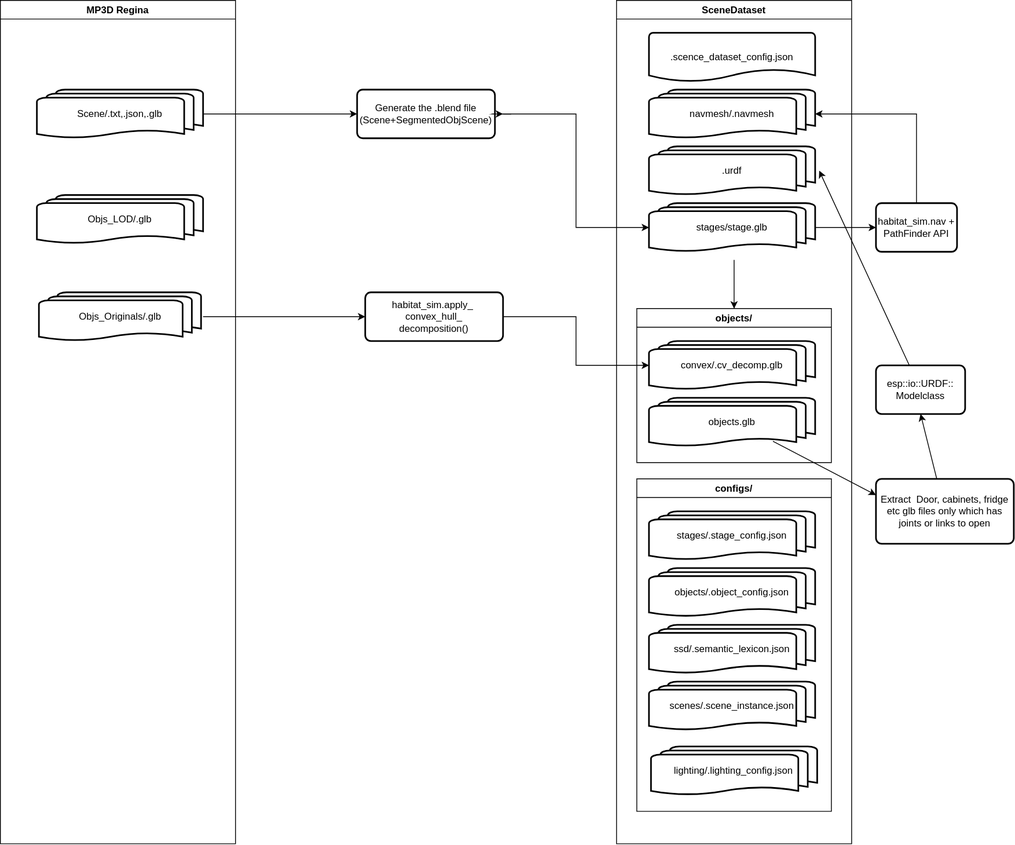
Before: MP3D.drawio-3.svg, a diagram exported from draw.io (ZacksAmber/habitat-pipeline). Source tidied: cells renumbered, new cells last; positions are measured from the earlier drawing's top-left corner, leaving out a move shared by most shapes.
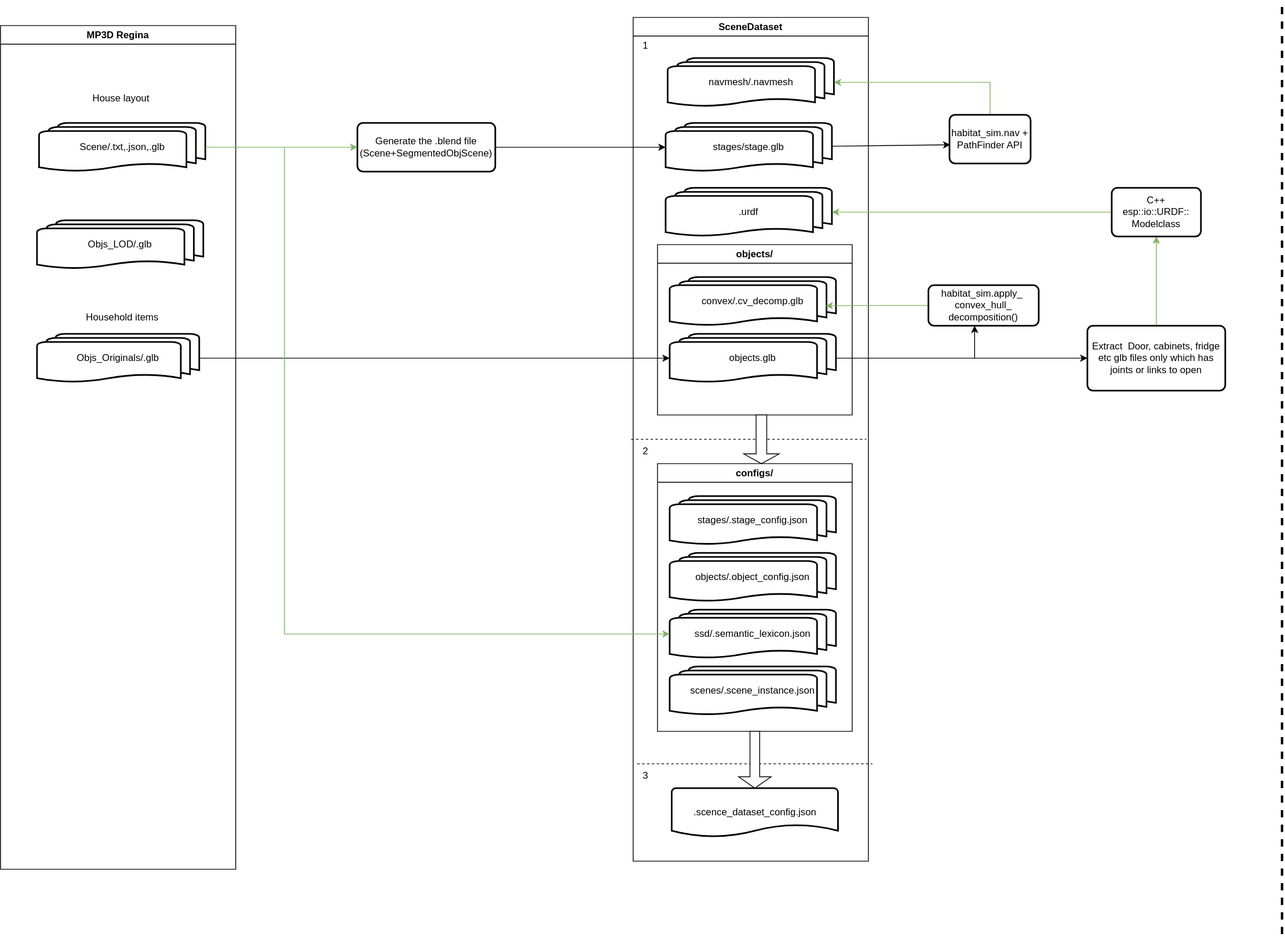
After the change.

Diff of the diagram source:
```diff
@@ -3,13 +3,10 @@
     <mxCell id="0" />
     <mxCell id="1" parent="0" />
     <mxCell id="2" value="SceneDataset" style="swimlane;fillStyle=zigzag-line;" parent="1" vertex="1">
-      <mxGeometry x="760" width="290" height="1040" as="geometry" />
+      <mxGeometry x="780" y="-10" width="290" height="1040" as="geometry" />
     </mxCell>
-    <mxCell id="3" value=".scence_dataset_config.json" style="strokeWidth=2;html=1;shape=mxgraph.flowchart.document2;whiteSpace=wrap;size=0.25;" parent="2" vertex="1">
-      <mxGeometry x="40" y="40" width="205" height="60" as="geometry" />
-    </mxCell>
     <mxCell id="4" value="configs/" style="swimlane;fillStyle=zigzag-line;" parent="2" vertex="1">
-      <mxGeometry x="25" y="590" width="240" height="410" as="geometry" />
+      <mxGeometry x="30" y="550" width="240" height="330" as="geometry" />
     </mxCell>
     <mxCell id="5" value="stages/.stage_config.json" style="strokeWidth=2;html=1;shape=mxgraph.flowchart.multi-document;whiteSpace=wrap;" parent="4" vertex="1">
       <mxGeometry x="15" y="40" width="205" height="60" as="geometry" />
@@ -23,11 +20,8 @@
     <mxCell id="8" value="ssd/.semantic_lexicon.json" style="strokeWidth=2;html=1;shape=mxgraph.flowchart.multi-document;whiteSpace=wrap;" parent="4" vertex="1">
       <mxGeometry x="15" y="180" width="205" height="60" as="geometry" />
     </mxCell>
-    <mxCell id="9" value="lighting/.lighting_config.json" style="strokeWidth=2;html=1;shape=mxgraph.flowchart.multi-document;whiteSpace=wrap;" parent="4" vertex="1">
-      <mxGeometry x="17.5" y="330" width="205" height="60" as="geometry" />
-    </mxCell>
     <mxCell id="10" value="objects/" style="swimlane;fillStyle=zigzag-line;" parent="2" vertex="1">
-      <mxGeometry x="25" y="380" width="240" height="190" as="geometry" />
+      <mxGeometry x="30" y="280" width="240" height="210" as="geometry" />
     </mxCell>
     <mxCell id="11" value="objects.glb" style="strokeWidth=2;html=1;shape=mxgraph.flowchart.multi-document;whiteSpace=wrap;" parent="10" vertex="1">
       <mxGeometry x="15" y="110" width="205" height="60" as="geometry" />
@@ -36,24 +30,50 @@
       <mxGeometry x="15" y="40" width="205" height="60" as="geometry" />
     </mxCell>
     <mxCell id="13" value="navmesh/.navmesh" style="strokeWidth=2;html=1;shape=mxgraph.flowchart.multi-document;whiteSpace=wrap;" parent="2" vertex="1">
-      <mxGeometry x="40" y="110" width="205" height="60" as="geometry" />
+      <mxGeometry x="42.5" y="50" width="205" height="60" as="geometry" />
     </mxCell>
-    <mxCell id="14" value=".urdf" style="strokeWidth=2;html=1;shape=mxgraph.flowchart.multi-document;whiteSpace=wrap;fillColor=default;strokeColor=default;" parent="2" vertex="1">
-      <mxGeometry x="40" y="180" width="205" height="60" as="geometry" />
+    <mxCell id="14" value="stages/stage.glb" style="strokeWidth=2;html=1;shape=mxgraph.flowchart.multi-document;whiteSpace=wrap;fillColor=default;strokeColor=default;" parent="2" vertex="1">
+      <mxGeometry x="40" y="130" width="205" height="60" as="geometry" />
     </mxCell>
-    <mxCell id="15" value="stages/stage.glb" style="strokeWidth=2;html=1;shape=mxgraph.flowchart.multi-document;whiteSpace=wrap;" parent="2" vertex="1">
-      <mxGeometry x="40" y="250" width="205" height="60" as="geometry" />
+    <mxCell id="15" value=".urdf" style="strokeWidth=2;html=1;shape=mxgraph.flowchart.multi-document;whiteSpace=wrap;" parent="2" vertex="1">
+      <mxGeometry x="40" y="210" width="205" height="60" as="geometry" />
     </mxCell>
     <mxCell id="16" style="edgeStyle=none;rounded=0;orthogonalLoop=1;jettySize=auto;html=1;entryX=0.5;entryY=1;entryDx=0;entryDy=0;fontSize=10;" parent="2" edge="1" source="4" target="4">
       <mxGeometry relative="1" as="geometry" />
     </mxCell>
-    <mxCell id="17" style="edgeStyle=none;rounded=0;orthogonalLoop=1;jettySize=auto;html=1;exitX=0.5;exitY=0;exitDx=0;exitDy=0;fontSize=10;" parent="2" edge="1" source="10" target="10">
-      <mxGeometry relative="1" as="geometry">
-        <Array as="points">
-          <mxPoint x="145" y="320" />
-        </Array>
-      </mxGeometry>
-    </mxCell>
+    <mxCell id="3" value=".scence_dataset_config.json" style="strokeWidth=2;html=1;shape=mxgraph.flowchart.document2;whiteSpace=wrap;size=0.25;" parent="2" vertex="1">
+      <mxGeometry x="47.5" y="950" width="205" height="60" as="geometry" />
+    </mxCell>
+    <mxCell id="40" style="endArrow=none;dashed=1;html=1;rounded=0;" parent="2" edge="1">
+      <mxGeometry relative="1" as="geometry">
+        <mxPoint x="-2.5" y="520" as="sourcePoint" />
+        <mxPoint x="287.5" y="520" as="targetPoint" />
+        <Array as="points">
+          <mxPoint x="287.5" y="520" />
+        </Array>
+      </mxGeometry>
+    </mxCell>
+    <mxCell id="41" style="endArrow=none;dashed=1;html=1;rounded=0;" parent="2" edge="1">
+      <mxGeometry relative="1" as="geometry">
+        <mxPoint x="5" y="920" as="sourcePoint" />
+        <mxPoint x="295" y="920" as="targetPoint" />
+      </mxGeometry>
+    </mxCell>
+    <mxCell id="42" value="3" style="text;html=1;align=center;verticalAlign=middle;strokeColor=none;fillColor=none;" parent="2" vertex="1">
+      <mxGeometry y="920" width="30" height="30" as="geometry" />
+    </mxCell>
+    <mxCell id="43" value="2" style="text;html=1;align=center;verticalAlign=middle;strokeColor=none;fillColor=none;" parent="2" vertex="1">
+      <mxGeometry y="520" width="30" height="30" as="geometry" />
+    </mxCell>
+    <mxCell id="44" value="1" style="text;html=1;align=center;verticalAlign=middle;strokeColor=none;fillColor=none;" parent="2" vertex="1">
+      <mxGeometry y="20" width="30" height="30" as="geometry" />
+    </mxCell>
+    <mxCell id="45" style="shape=singleArrow;direction=south;whiteSpace=wrap;html=1;" parent="2" vertex="1">
+      <mxGeometry x="130" y="880" width="40" height="70" as="geometry" />
+    </mxCell>
+    <mxCell id="46" style="shape=singleArrow;direction=south;whiteSpace=wrap;html=1;" parent="2" vertex="1">
+      <mxGeometry x="136.2" y="490" width="43.8" height="60" as="geometry" />
+    </mxCell>
     <mxCell id="18" value="MP3D Regina" style="swimlane;fillStyle=zigzag-line;" parent="1" vertex="1">
       <mxGeometry width="290" height="1040" as="geometry" />
     </mxCell>
@@ -61,48 +81,28 @@
       <mxGeometry x="45" y="240" width="205" height="60" as="geometry" />
     </mxCell>
     <mxCell id="20" value="Objs_Originals/.glb" style="strokeWidth=2;html=1;shape=mxgraph.flowchart.multi-document;whiteSpace=wrap;" parent="18" vertex="1">
-      <mxGeometry x="47.5" y="360" width="200" height="60" as="geometry" />
+      <mxGeometry x="45" y="380" width="200" height="60" as="geometry" />
     </mxCell>
     <mxCell id="21" value="Scene/.txt,.json,.glb" style="strokeWidth=2;html=1;shape=mxgraph.flowchart.multi-document;whiteSpace=wrap;" parent="18" vertex="1">
-      <mxGeometry x="45" y="110" width="205" height="60" as="geometry" />
+      <mxGeometry x="47.5" y="120" width="205" height="60" as="geometry" />
     </mxCell>
-    <mxCell id="22" style="edgeStyle=orthogonalEdgeStyle;rounded=0;jettySize=auto;html=1;" parent="1" edge="1" source="24">
-      <mxGeometry relative="1" as="geometry">
-        <mxPoint x="620" y="140" as="targetPoint" />
-      </mxGeometry>
-    </mxCell>
-    <mxCell id="23" style="edgeStyle=none;rounded=0;jettySize=auto;html=1;exitX=0.5;exitY=0;exitDx=0;exitDy=0;fontSize=10;" parent="1" edge="1" source="24">
-      <mxGeometry relative="1" as="geometry">
-        <mxPoint x="525.3" y="109.7" as="targetPoint" />
-      </mxGeometry>
-    </mxCell>
+    <mxCell id="47" value="House layout&amp;nbsp;" style="text;html=1;align=center;verticalAlign=middle;strokeColor=none;fillColor=none;" parent="18" vertex="1">
+      <mxGeometry x="100" y="75" width="100" height="30" as="geometry" />
+    </mxCell>
+    <mxCell id="48" style="edgeStyle=orthogonalEdgeStyle;rounded=0;jettySize=auto;html=1;exitX=1;exitY=0.5;exitDx=0;exitDy=0;entryX=0;entryY=0.5;entryDx=0;entryDy=0;entryPerimeter=0;" parent="1" edge="1" source="24" target="14">
+      <mxGeometry relative="1" as="geometry" />
+    </mxCell>
     <mxCell id="24" value="Generate the .blend file&lt;br&gt;(Scene+SegmentedObjScene)" style="rounded=1;whiteSpace=wrap;html=1;absoluteArcSize=1;arcSize=14;strokeWidth=2;fillStyle=zigzag-line;" parent="1" vertex="1">
-      <mxGeometry x="440" y="110" width="170" height="60" as="geometry" />
+      <mxGeometry x="440" y="120" width="170" height="60" as="geometry" />
     </mxCell>
-    <mxCell id="25" style="edgeStyle=orthogonalEdgeStyle;rounded=0;jettySize=auto;html=1;entryX=0;entryY=0.5;entryDx=0;entryDy=0;entryPerimeter=0;" parent="1" edge="1" target="15">
-      <mxGeometry relative="1" as="geometry">
-        <mxPoint x="620" y="140" as="sourcePoint" />
-      </mxGeometry>
-    </mxCell>
-    <mxCell id="26" style="edgeStyle=orthogonalEdgeStyle;rounded=0;jettySize=auto;html=1;exitX=0.5;exitY=0;exitDx=0;exitDy=0;entryX=1;entryY=0.5;entryDx=0;entryDy=0;entryPerimeter=0;" parent="1" edge="1" source="27" target="13">
+    <mxCell id="26" style="edgeStyle=orthogonalEdgeStyle;rounded=0;jettySize=auto;html=1;exitX=0.5;exitY=0;exitDx=0;exitDy=0;entryX=1;entryY=0.5;entryDx=0;entryDy=0;entryPerimeter=0;fillColor=#d5e8d4;strokeColor=#82b366;" parent="1" edge="1" source="27" target="13">
       <mxGeometry relative="1" as="geometry" />
     </mxCell>
     <mxCell id="27" value="habitat_sim.nav + PathFinder API" style="rounded=1;whiteSpace=wrap;html=1;absoluteArcSize=1;arcSize=14;strokeWidth=2;fillStyle=zigzag-line;" parent="1" vertex="1">
-      <mxGeometry x="1080" y="250" width="100" height="60" as="geometry" />
+      <mxGeometry x="1170" y="110" width="100" height="60" as="geometry" />
     </mxCell>
-    <mxCell id="28" style="edgeStyle=orthogonalEdgeStyle;rounded=0;jettySize=auto;html=1;exitX=1;exitY=0.5;exitDx=0;exitDy=0;exitPerimeter=0;entryX=0;entryY=0.5;entryDx=0;entryDy=0;" parent="1" edge="1" source="15" target="27">
-      <mxGeometry relative="1" as="geometry" />
-    </mxCell>
-    <mxCell id="29" style="edgeStyle=orthogonalEdgeStyle;rounded=0;jettySize=auto;html=1;entryX=0;entryY=0.5;entryDx=0;entryDy=0;entryPerimeter=0;fontSize=10;" parent="1" edge="1" source="30" target="12">
-      <mxGeometry relative="1" as="geometry" />
-    </mxCell>
-    <mxCell id="30" value="habitat_sim.apply_&amp;nbsp;&lt;br&gt;convex_hull_&lt;br&gt;decomposition()" style="rounded=1;whiteSpace=wrap;html=1;absoluteArcSize=1;arcSize=14;strokeWidth=2;fillStyle=zigzag-line;" parent="1" vertex="1">
-      <mxGeometry x="450" y="360" width="170" height="60" as="geometry" />
-    </mxCell>
-    <mxCell id="31" style="endArrow=classic;html=1;rounded=0;fontSize=10;entryX=0;entryY=0.5;entryDx=0;entryDy=0;" parent="1" edge="1" target="30">
-      <mxGeometry relative="1" as="geometry">
-        <mxPoint x="250" y="390" as="sourcePoint" />
-      </mxGeometry>
+    <mxCell id="31" style="endArrow=classic;html=1;rounded=0;fontSize=10;exitX=1;exitY=0.5;exitDx=0;exitDy=0;exitPerimeter=0;entryX=0;entryY=0.5;entryDx=0;entryDy=0;entryPerimeter=0;" parent="1" edge="1" source="20" target="11">
+      <mxGeometry relative="1" as="geometry" />
     </mxCell>
     <mxCell id="32" style="edgeStyle=none;rounded=0;orthogonalLoop=1;jettySize=auto;html=1;exitX=1;exitY=0.25;exitDx=0;exitDy=0;fontSize=10;" parent="1" edge="1" source="24" target="24">
       <mxGeometry relative="1" as="geometry" />
@@ -110,27 +110,60 @@
     <mxCell id="33" style="edgeStyle=none;rounded=0;orthogonalLoop=1;jettySize=auto;html=1;exitX=1;exitY=1;exitDx=0;exitDy=0;fontSize=10;" parent="1" edge="1" source="24" target="24">
       <mxGeometry relative="1" as="geometry" />
     </mxCell>
-    <mxCell id="34" style="edgeStyle=none;rounded=0;jettySize=auto;html=1;fontSize=10;exitX=0.746;exitY=0.894;exitDx=0;exitDy=0;exitPerimeter=0;" parent="1" edge="1" source="11">
-      <mxGeometry relative="1" as="geometry">
-        <mxPoint x="1080" y="610" as="targetPoint" />
-      </mxGeometry>
-    </mxCell>
-    <mxCell id="35" style="edgeStyle=none;rounded=0;jettySize=auto;html=1;entryX=0.5;entryY=1;entryDx=0;entryDy=0;fontSize=10;" parent="1" edge="1" source="36" target="38">
+    <mxCell id="35" style="edgeStyle=none;rounded=0;jettySize=auto;html=1;entryX=0.5;entryY=1;entryDx=0;entryDy=0;fontSize=10;fillColor=#d5e8d4;strokeColor=#82b366;" parent="1" edge="1" source="36" target="38">
       <mxGeometry relative="1" as="geometry" />
     </mxCell>
     <mxCell id="36" value="Extract &amp;nbsp;Door, cabinets, fridge etc glb files only which has joints or links to open" style="rounded=1;whiteSpace=wrap;html=1;absoluteArcSize=1;arcSize=14;strokeWidth=2;fillStyle=zigzag-line;" parent="1" vertex="1">
-      <mxGeometry x="1080" y="590" width="170" height="80" as="geometry" />
+      <mxGeometry x="1340" y="370" width="170" height="80" as="geometry" />
     </mxCell>
-    <mxCell id="37" style="edgeStyle=none;rounded=0;jettySize=auto;html=1;fontSize=10;" parent="1" edge="1" source="38">
-      <mxGeometry relative="1" as="geometry">
-        <mxPoint x="1010" y="210" as="targetPoint" />
-      </mxGeometry>
-    </mxCell>
+    <mxCell id="49" style="edgeStyle=orthogonalEdgeStyle;rounded=0;jettySize=auto;html=1;entryX=1;entryY=0.5;entryDx=0;entryDy=0;entryPerimeter=0;fillColor=#d5e8d4;strokeColor=#82b366;" parent="1" edge="1" source="38" target="15">
+      <mxGeometry relative="1" as="geometry" />
+    </mxCell>
-    <mxCell id="38" value="esp::io::URDF::&lt;br&gt;Modelclass" style="rounded=1;whiteSpace=wrap;html=1;absoluteArcSize=1;arcSize=14;strokeWidth=2;fillStyle=zigzag-line;" parent="1" vertex="1">
-      <mxGeometry x="1080" y="450" width="110" height="60" as="geometry" />
+    <mxCell id="38" value="C++&lt;br&gt;esp::io::URDF::&lt;br&gt;Modelclass" style="rounded=1;whiteSpace=wrap;html=1;absoluteArcSize=1;arcSize=14;strokeWidth=2;fillStyle=zigzag-line;" parent="1" vertex="1">
+      <mxGeometry x="1370" y="200" width="110" height="60" as="geometry" />
     </mxCell>
-    <mxCell id="39" style="edgeStyle=none;rounded=0;jettySize=auto;html=1;entryX=0;entryY=0.5;entryDx=0;entryDy=0;fontSize=10;" parent="1" edge="1" source="21" target="24">
+    <mxCell id="39" style="edgeStyle=none;rounded=0;jettySize=auto;html=1;entryX=0;entryY=0.5;entryDx=0;entryDy=0;fontSize=10;fillColor=#d5e8d4;strokeColor=#82b366;" parent="1" edge="1" source="21" target="24">
       <mxGeometry relative="1" as="geometry" />
     </mxCell>
+    <mxCell id="50" style="edgeStyle=none;rounded=0;jettySize=auto;html=1;entryX=0.01;entryY=0.617;entryDx=0;entryDy=0;entryPerimeter=0;" parent="1" edge="1" source="14" target="27">
+      <mxGeometry relative="1" as="geometry" />
+    </mxCell>
+    <mxCell id="29" style="edgeStyle=orthogonalEdgeStyle;rounded=0;jettySize=auto;html=1;entryX=0.938;entryY=0.59;entryDx=0;entryDy=0;entryPerimeter=0;fillColor=#d5e8d4;strokeColor=#82b366;" parent="1" edge="1" source="30" target="12">
+      <mxGeometry relative="1" as="geometry" />
+    </mxCell>
+    <mxCell id="30" value="habitat_sim.apply_&amp;nbsp;&lt;br&gt;convex_hull_&lt;br&gt;decomposition()" style="rounded=1;whiteSpace=wrap;html=1;absoluteArcSize=1;arcSize=14;strokeWidth=2;fillStyle=zigzag-line;" parent="1" vertex="1">
+      <mxGeometry x="1144" y="320" width="136" height="50" as="geometry" />
+    </mxCell>
+    <mxCell id="51" style="edgeStyle=none;rounded=0;jettySize=auto;html=1;entryX=0;entryY=0.5;entryDx=0;entryDy=0;" parent="1" edge="1" source="11" target="36">
+      <mxGeometry relative="1" as="geometry">
+        <Array as="points">
+          <mxPoint x="1190" y="410" />
+        </Array>
+      </mxGeometry>
+    </mxCell>
+    <mxCell id="52" style="endArrow=classic;html=1;rounded=0;" parent="1" edge="1">
+      <mxGeometry relative="1" as="geometry">
+        <mxPoint x="1201" y="410" as="sourcePoint" />
+        <mxPoint x="1201" y="370" as="targetPoint" />
+      </mxGeometry>
+    </mxCell>
+    <mxCell id="53" value="Household items" style="text;html=1;align=center;verticalAlign=middle;strokeColor=none;fillColor=none;" parent="1" vertex="1">
+      <mxGeometry x="95" y="345" width="110" height="30" as="geometry" />
+    </mxCell>
+    <mxCell id="54" style="edgeStyle=segmentEdgeStyle;endArrow=classic;html=1;rounded=0;entryX=0;entryY=0.5;entryDx=0;entryDy=0;entryPerimeter=0;fillColor=#d5e8d4;strokeColor=#82b366;" parent="1" edge="1" target="8">
+      <mxGeometry relative="1" as="geometry">
+        <mxPoint x="350" y="150" as="sourcePoint" />
+        <Array as="points">
+          <mxPoint x="350" y="150" />
+          <mxPoint x="350" y="750" />
+        </Array>
+      </mxGeometry>
+    </mxCell>
+    <mxCell id="55" style="endArrow=none;dashed=1;html=1;rounded=0;strokeWidth=3;" parent="1" edge="1">
+      <mxGeometry relative="1" as="geometry">
+        <mxPoint x="1580" y="1120" as="sourcePoint" />
+        <mxPoint x="1580" y="-30" as="targetPoint" />
+      </mxGeometry>
+    </mxCell>
   </root>
 </mxGraphModel>
```
